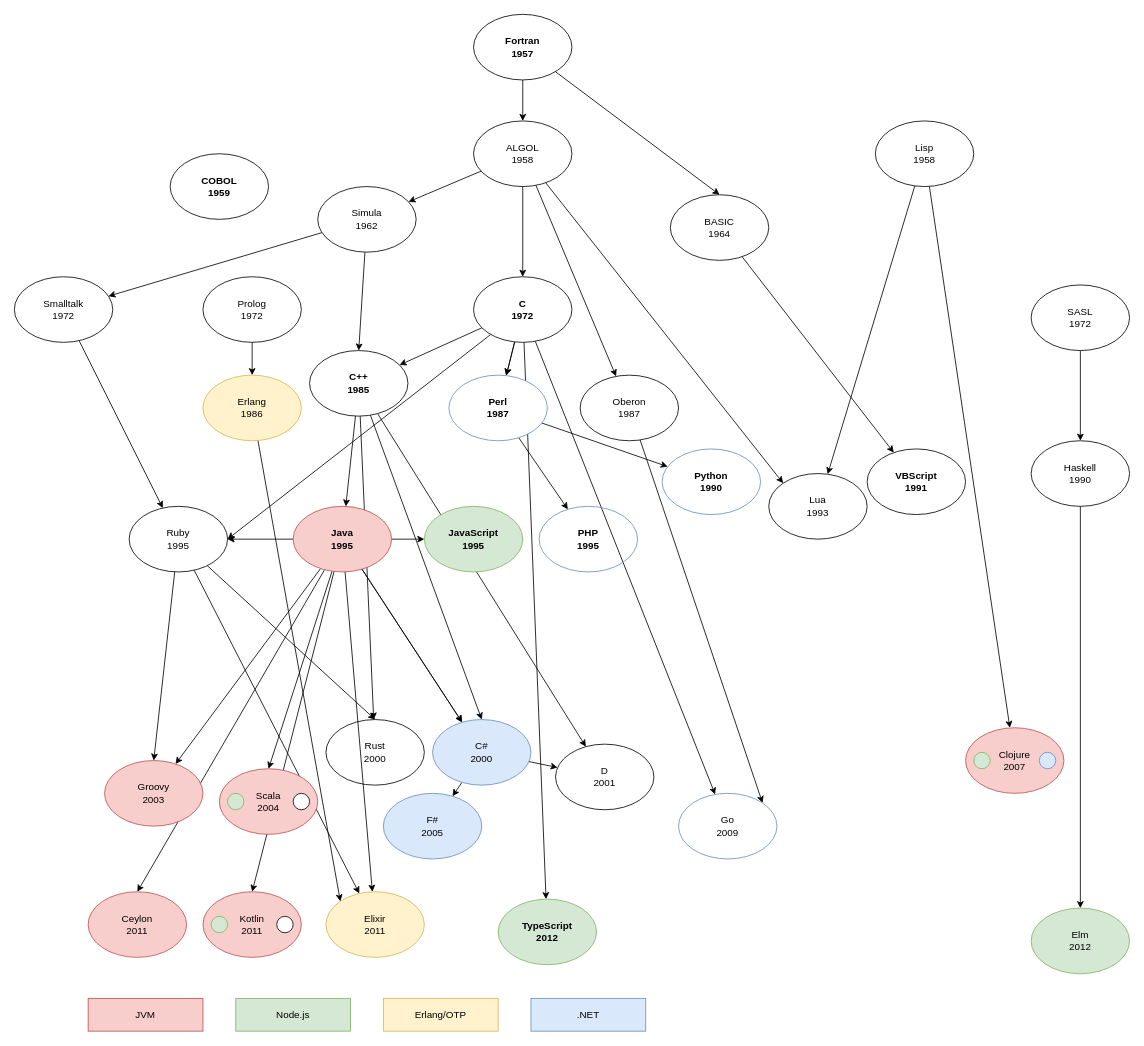
The draw.io diagram lang-tree.drawio in trutvo/dev-ecosystems, before the edit. Source tidied: cells renumbered, new cells numbered last; positions are measured from the earlier drawing's top-left corner, leaving out a move shared by most shapes. Both pictures are drawn from the tidied source at 82%, with x=0, y=0 at pixel (14, 14).
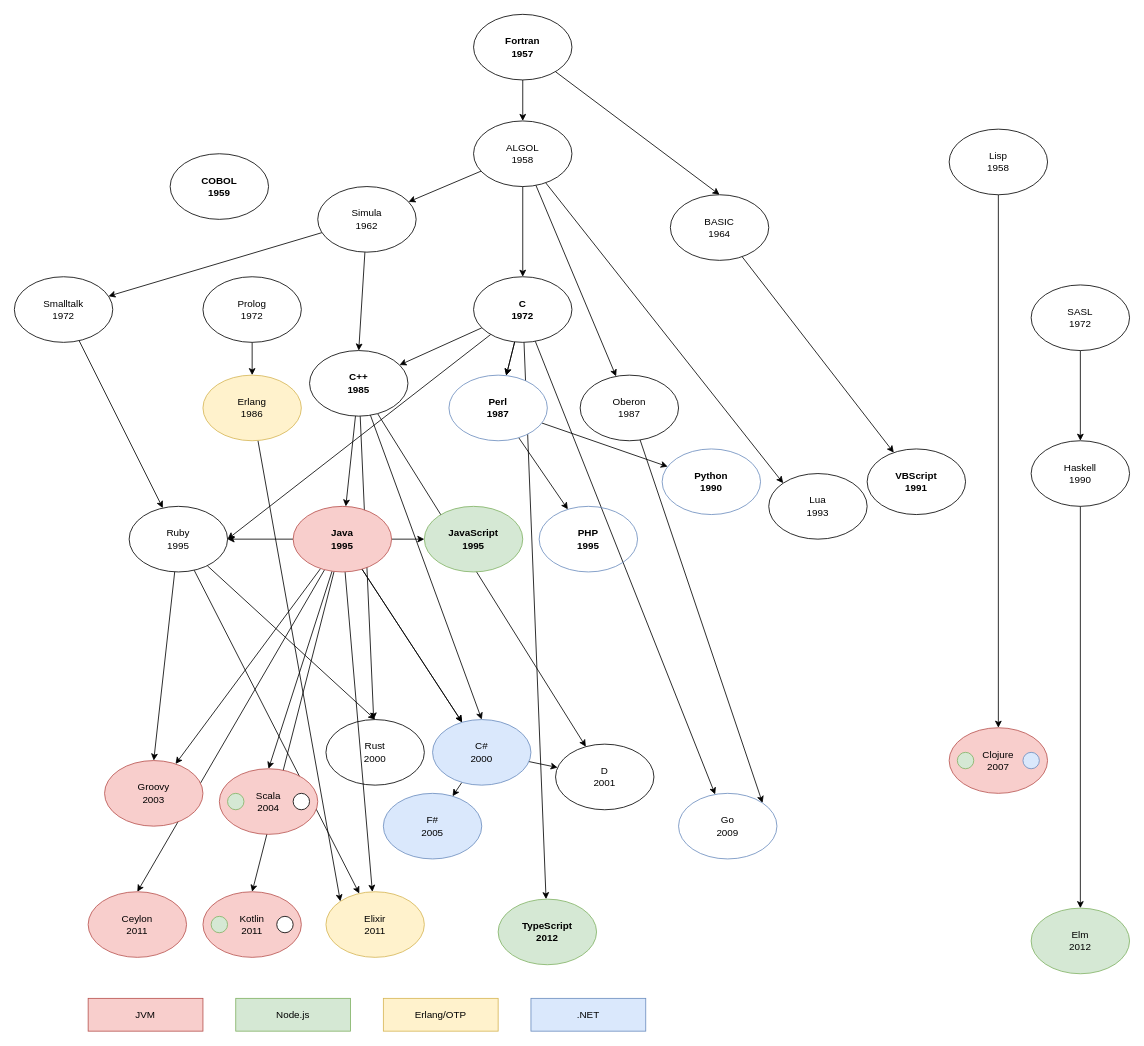
After the change.

Commit message (it also covers changes not shown here):
remove connection lua to lisp

Unchanged cells that the change refers to:
```xml
<mxCell id="9" value="Lua&lt;br&gt;1993" style="ellipse;whiteSpace=wrap;html=1;" parent="1" vertex="1">
  <mxGeometry x="920" y="560" width="120" height="80" as="geometry" />
</mxCell>
```

Change to the diagram source:
```diff
@@
-    <mxCell id="2" style="edgeStyle=none;rounded=0;jettySize=auto;html=1;" parent="1" edge="1" source="5" target="9">
-      <mxGeometry relative="1" as="geometry" />
-    </mxCell>
@@
     <mxCell id="5" value="Lisp&lt;br&gt;1958" style="ellipse;whiteSpace=wrap;html=1;" parent="1" vertex="1">
-      <mxGeometry x="1050" y="130" width="120" height="80" as="geometry" />
+      <mxGeometry x="1140" y="140" width="120" height="80" as="geometry" />
     </mxCell>
@@
     <mxCell id="82" style="group;" parent="1" vertex="1">
-      <mxGeometry x="1160" y="870" width="120" height="80" as="geometry" />
+      <mxGeometry x="1140" y="870" width="120" height="80" as="geometry" />
     </mxCell>
```
